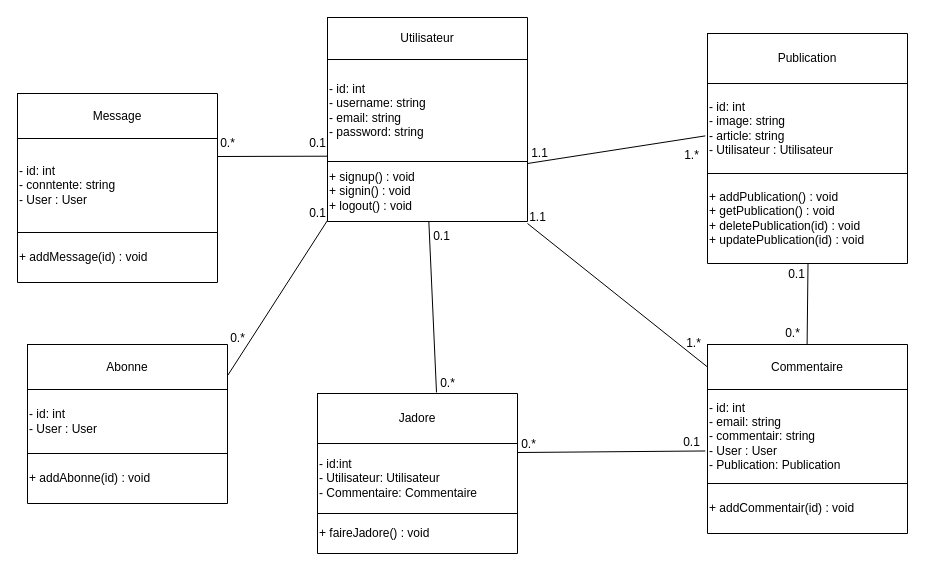
Earlier version of the draw.io diagram conception/diagrammeDeClass.drawio (k-zakaria/youconnecte). Source tidied: cells renumbered, new cells numbered last; positions are measured from the earlier drawing's top-left corner, leaving out a move shared by most shapes. Both pictures are drawn from the tidied source at 100%, with x=0, y=0 at pixel (17, 17).
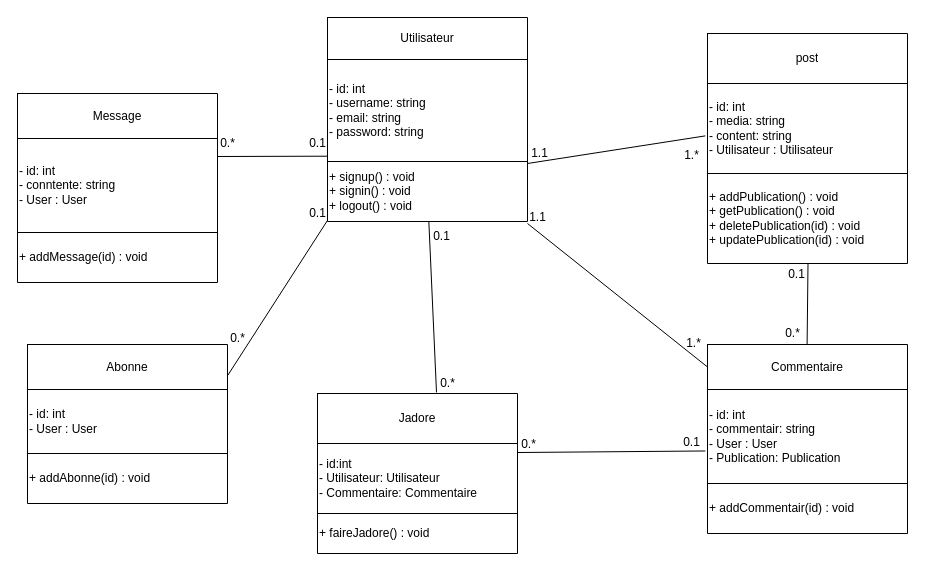
The same page after the edit.

Commit message:
modifier attribut de diagramm de class

Unchanged cells that the change refers to:
```xml
<mxCell id="12" style="shape=tableRow;horizontal=0;startSize=0;swimlaneHead=0;swimlaneBody=0;top=0;left=0;bottom=0;right=0;fillColor=none;points=[[0,0.5],[1,0.5]];portConstraint=eastwest;" parent="9" vertex="1">
  <mxGeometry y="45" width="200" height="94" as="geometry" />
</mxCell>
<mxCell id="17" style="shape=tableRow;horizontal=0;startSize=0;swimlaneHead=0;swimlaneBody=0;top=0;left=0;bottom=0;right=0;fillColor=none;" parent="16" vertex="1">
  <mxGeometry width="200" height="50" as="geometry" />
</mxCell>
<mxCell id="19" style="shape=tableRow;horizontal=0;startSize=0;swimlaneHead=0;swimlaneBody=0;top=0;left=0;bottom=0;right=0;fillColor=none;points=[[0,0.5],[1,0.5]];portConstraint=eastwest;" parent="16" vertex="1">
  <mxGeometry y="50" width="200" height="90" as="geometry" />
</mxCell>
```

What changed in the source:
```diff
@@
-    <mxCell id="13" value="&lt;div style=&quot;&quot;&gt;&lt;span style=&quot;background-color: initial;&quot;&gt;- id: int&lt;/span&gt;&lt;/div&gt;&lt;span style=&quot;&quot;&gt;&lt;div style=&quot;&quot;&gt;&lt;span style=&quot;background-color: initial;&quot;&gt;- email: string&lt;/span&gt;&lt;br&gt;&lt;/div&gt;&lt;/span&gt;&lt;span style=&quot;&quot;&gt;&lt;div style=&quot;&quot;&gt;&lt;span style=&quot;background-color: initial;&quot;&gt;- commentair: string&lt;/span&gt;&lt;/div&gt;&lt;div style=&quot;&quot;&gt;- User : User&lt;span style=&quot;background-color: initial;&quot;&gt;&lt;br&gt;&lt;/span&gt;&lt;/div&gt;&lt;div style=&quot;&quot;&gt;- Publication: Publication&lt;/div&gt;&lt;/span&gt;" style="shape=partialRectangle;html=1;whiteSpace=wrap;overflow=hidden;fillColor=none;top=0;left=0;bottom=0;right=0;align=left;" parent="12" vertex="1">
+    <mxCell id="13" value="&lt;div style=&quot;&quot;&gt;&lt;span style=&quot;background-color: initial;&quot;&gt;- id: int&lt;/span&gt;&lt;/div&gt;&lt;span style=&quot;&quot;&gt;&lt;div style=&quot;&quot;&gt;&lt;span style=&quot;background-color: initial;&quot;&gt;- commentair: string&lt;/span&gt;&lt;br&gt;&lt;/div&gt;&lt;/span&gt;&lt;span style=&quot;&quot;&gt;&lt;div style=&quot;&quot;&gt;- User : User&lt;span style=&quot;background-color: initial;&quot;&gt;&lt;br&gt;&lt;/span&gt;&lt;/div&gt;&lt;div style=&quot;&quot;&gt;- Publication: Publication&lt;/div&gt;&lt;/span&gt;" style="shape=partialRectangle;html=1;whiteSpace=wrap;overflow=hidden;fillColor=none;top=0;left=0;bottom=0;right=0;align=left;" parent="12" vertex="1">
       <mxGeometry width="200" height="94" as="geometry" />
     </mxCell>
@@
-    <mxCell id="18" value="Publication" style="shape=partialRectangle;html=1;whiteSpace=wrap;overflow=hidden;fillColor=none;top=0;left=0;bottom=0;right=0;" parent="17" vertex="1">
+    <mxCell id="18" value="post" style="shape=partialRectangle;html=1;whiteSpace=wrap;overflow=hidden;fillColor=none;top=0;left=0;bottom=0;right=0;" parent="17" vertex="1">
       <mxGeometry width="200" height="50" as="geometry" />
     </mxCell>
@@
-    <mxCell id="20" value="- id: int&amp;nbsp;&lt;br&gt;- image: string&lt;br&gt;- article: string&lt;br&gt;- Utilisateur : Utilisateur&amp;nbsp;" style="shape=partialRectangle;html=1;whiteSpace=wrap;overflow=hidden;fillColor=none;top=0;left=0;bottom=0;right=0;align=left;" parent="19" vertex="1">
+    <mxCell id="20" value="- id: int&amp;nbsp;&lt;br&gt;- media: string&lt;br&gt;- content: string&lt;br&gt;- Utilisateur : Utilisateur&amp;nbsp;" style="shape=partialRectangle;html=1;whiteSpace=wrap;overflow=hidden;fillColor=none;top=0;left=0;bottom=0;right=0;align=left;" parent="19" vertex="1">
       <mxGeometry width="200" height="90" as="geometry" />
     </mxCell>
```
